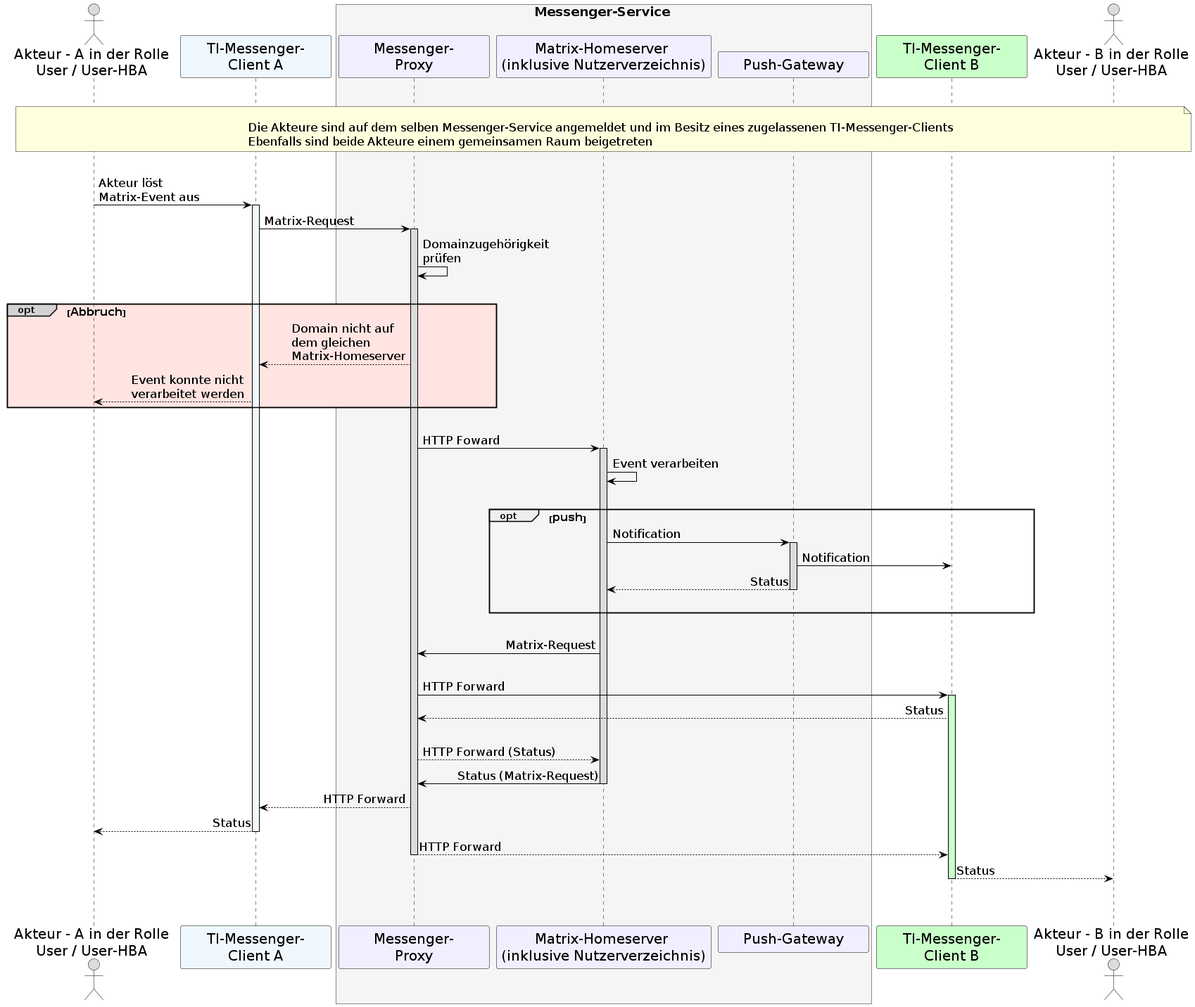
Before: images/diagrams/TI-Messenger-Dienst/Ressourcen/UC_10063_Seq.png, a diagram exported from PlantUML (gematik/api-ti-messenger).
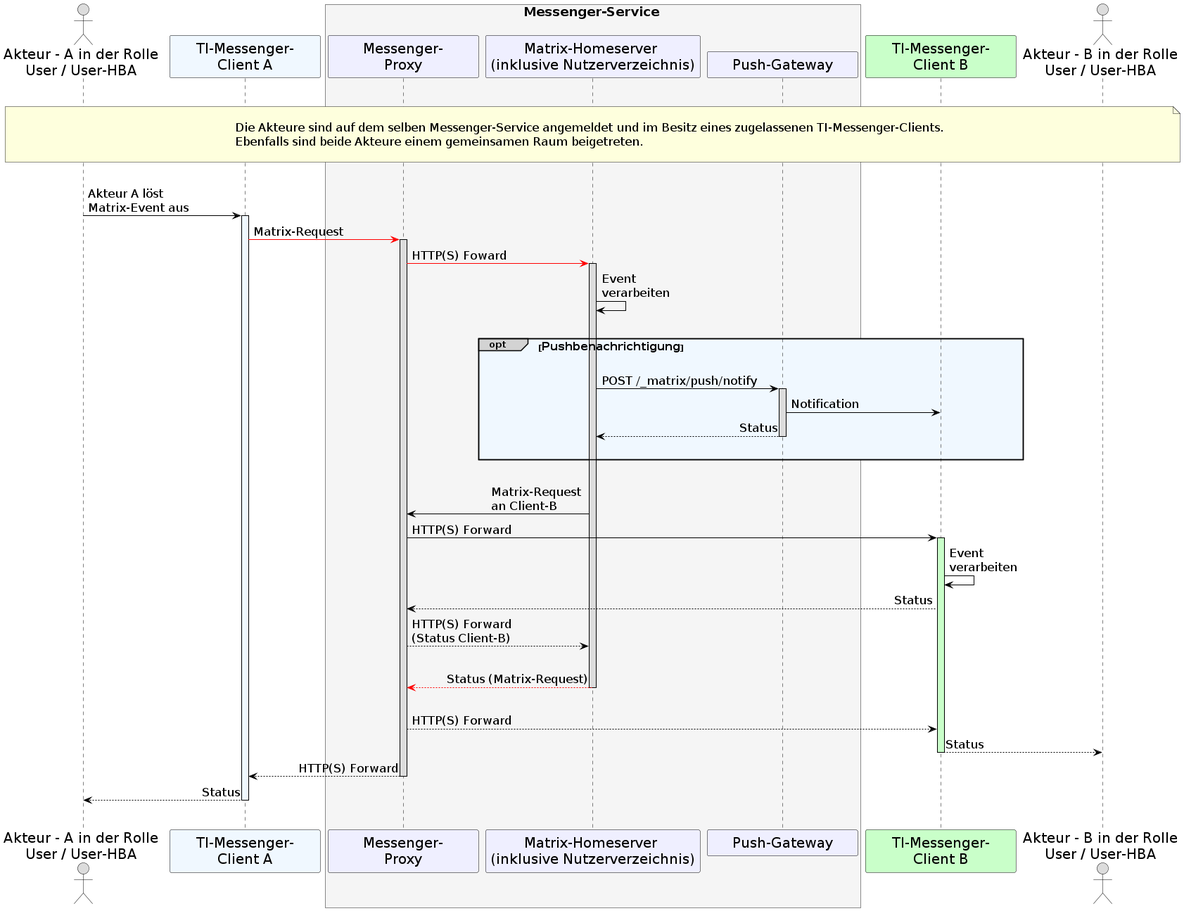
The same file after the commit.

What changed in the source:
```diff
@@ -36,29 +36,22 @@
     actor U2 as "Akteur - B in der Rolle\nUser / User-HBA"
 
 |||
-note over U1, U2: \n<size:17>Die Akteure sind auf dem selben Messenger-Service angemeldet und im Besitz eines zugelassenen TI-Messenger-Clients</size>\n<size:17>Ebenfalls sind beide Akteure einem gemeinsamen Raum beigetreten</size>
+note over U1, U2: \n<size:17>Die Akteure sind auf dem selben Messenger-Service angemeldet und im Besitz eines zugelassenen TI-Messenger-Clients.</size>\n<size:17>Ebenfalls sind beide Akteure einem gemeinsamen Raum beigetreten.</size>\n
 |||
 
-    U1->C1: Akteur löst \nMatrix-Event aus
+    U1->C1: Akteur A löst \nMatrix-Event aus
       activate C1 #AliceBlue
-    C1->MP: Matrix-Request
+    C1-[#red]>MP: Matrix-Request
       activate MP
-    MP->MP: Domainzugehörigkeit \nprüfen
+
+    MP-[#red]>MH: HTTP(S) Foward
+      activate MH
+    MH->MH: Event \nverarbeiten
 
     |||
-    opt#LightGrey #MistyRose <size:16>Abbruch</size>
-      MP-->C1: Domain nicht auf \ndem gleichen \nMatrix-Homeserver
-      C1-->U1: Event konnte nicht \nverarbeitet werden
-    end
-
+    opt#LightGrey #AliceBlue <size:16>Pushbenachrichtigung</size>
     |||
-    MP->MH: HTTP Foward
-      activate MH
-    MH->MH: Event verarbeiten
-
-    |||
-    opt <size:16>push</size>
-    MH->PG: Notification
+    MH->PG: POST /_matrix/push/notify
       activate PG
     PG->C2: Notification
     PG-->MH: Status
@@ -67,22 +60,22 @@
     end
 
     |||
-    MH->MP: Matrix-Request
+    MH->MP: Matrix-Request \nan Client-B
+    MP->C2: HTTP(S) Forward
+      activate C2 #TECHNOLOGY
+    C2->C2: Event \nverarbeiten
+    C2-->MP: Status
+    MP-->MH: HTTP(S) Forward \n(Status Client-B)
     |||
-    MP->C2: HTTP Forward
-      activate C2 #TECHNOLOGY
-    C2-->MP: Status
+    MH-[#red]->MP: Status (Matrix-Request)
+      deactivate MH
     |||
-    MP-->MH: HTTP Forward (Status)
-    MH->MP: Status (Matrix-Request)
-      deactivate MH
-    MP-->C1: HTTP Forward
+    MP-->C2: HTTP(S) Forward
+    C2-->U2: Status
+      deactivate C2
+    MP-->C1: HTTP(S) Forward
+      deactivate MP
     C1-->U1: Status
       deactivate C1
-    MP-->C2: HTTP Forward
-      deactivate MP
-    C2-->U2: Status
-    deactivate C2
-  |||
 |||
 @enduml
```
